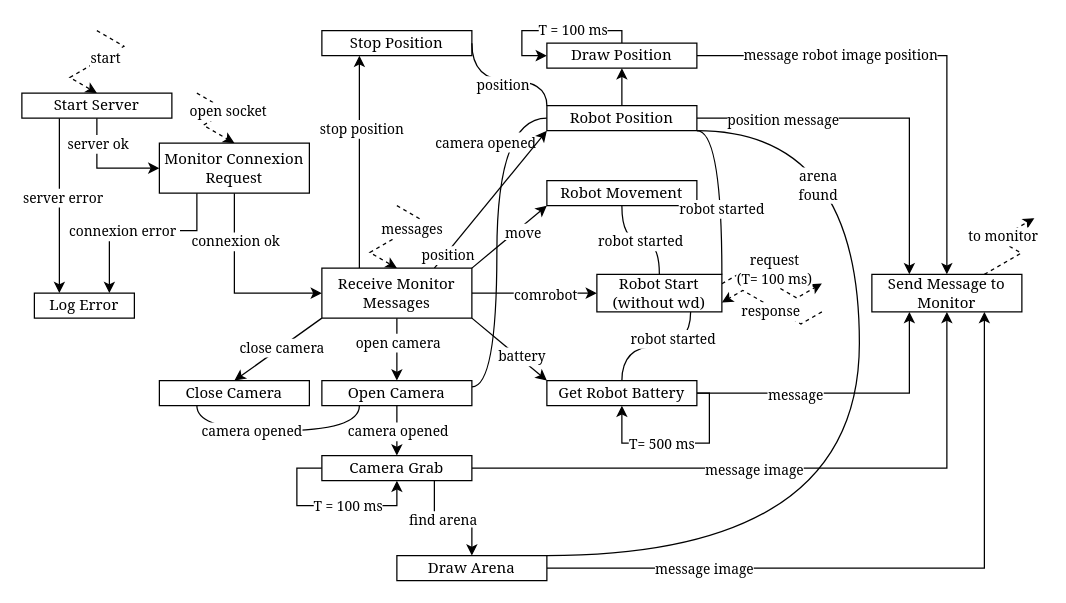
The draw.io diagram page "Page-3" (3 of 3) of Diagrama sem nome.drawio in Ruba008/BE_temps_reel, before the edit. Source tidied: cells renumbered, new cells numbered last; positions are measured from the earlier drawing's top-left corner, leaving out a move shared by most shapes. Both pictures are drawn from the tidied source at 125%, with x=0, y=0 at pixel (21, 30).
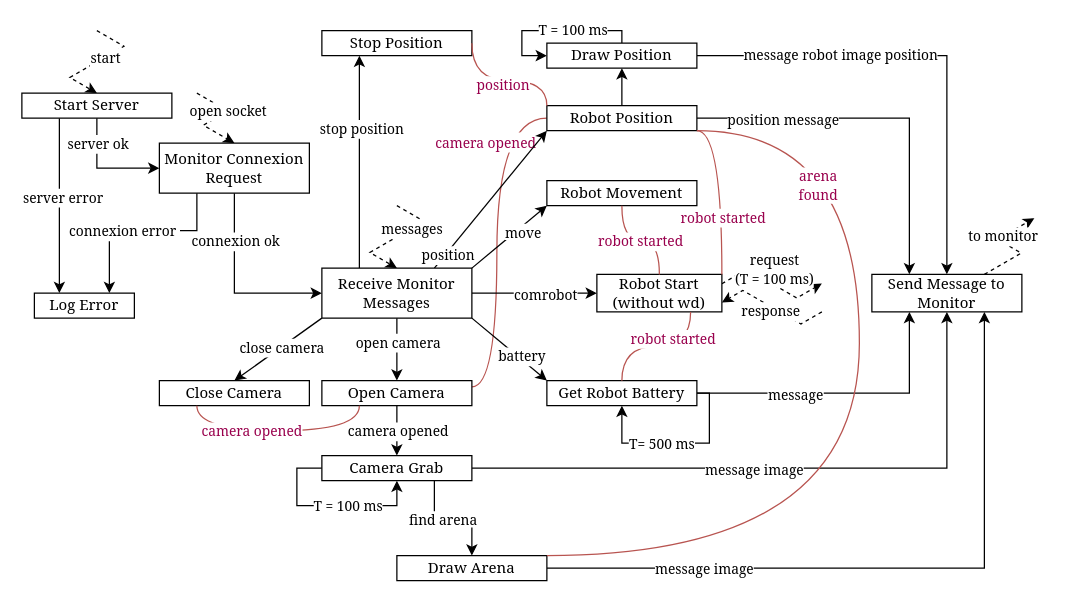
The same page after the edit.

Unchanged cells that the change refers to:
```xml
<mxCell id="38" value="&lt;font face=&quot;Georgia&quot;&gt;Open Camera&lt;/font&gt;" style="rounded=0;whiteSpace=wrap;html=1;" parent="1" vertex="1">
  <mxGeometry x="240" y="280" width="120" height="20" as="geometry" />
</mxCell>
<mxCell id="39" style="edgeStyle=isometricEdgeStyle;rounded=0;jettySize=auto;html=1;exitX=1;exitY=0.25;exitDx=0;exitDy=0;elbow=horizontal;dashed=1;" parent="1" edge="1" source="41">
  <mxGeometry relative="1" as="geometry">
    <mxPoint x="640" y="202.3" as="targetPoint" />
  </mxGeometry>
</mxCell>
<mxCell id="41" value="&lt;font face=&quot;Georgia&quot;&gt;Robot Start (without wd)&lt;/font&gt;" style="rounded=0;whiteSpace=wrap;html=1;" parent="1" vertex="1">
  <mxGeometry x="460" y="195" width="100" height="30" as="geometry" />
</mxCell>
<mxCell id="42" value="Robot Movement" style="rounded=0;whiteSpace=wrap;html=1;fontFamily=Georgia;" parent="1" vertex="1">
  <mxGeometry x="420" y="120" width="120" height="20" as="geometry" />
</mxCell>
<mxCell id="51" value="Get Robot Battery" style="rounded=0;whiteSpace=wrap;html=1;fontFamily=Georgia;" parent="1" vertex="1">
  <mxGeometry x="420" y="280" width="120" height="20" as="geometry" />
</mxCell>
<mxCell id="64" value="&lt;font face=&quot;Georgia&quot;&gt;Close Camera&lt;/font&gt;" style="rounded=0;whiteSpace=wrap;html=1;" parent="1" vertex="1">
  <mxGeometry x="110" y="280" width="120" height="20" as="geometry" />
</mxCell>
<mxCell id="70" value="Robot Position" style="rounded=0;whiteSpace=wrap;html=1;fontFamily=Georgia;" parent="1" vertex="1">
  <mxGeometry x="420" y="60" width="120" height="20" as="geometry" />
</mxCell>
<mxCell id="78" value="Stop Position" style="rounded=0;whiteSpace=wrap;html=1;fontFamily=Georgia;" parent="1" vertex="1">
  <mxGeometry x="240" width="120" height="20" as="geometry" />
</mxCell>
<mxCell id="83" value="&lt;font face=&quot;Georgia&quot;&gt;Draw Arena&lt;/font&gt;" style="rounded=0;whiteSpace=wrap;html=1;" parent="1" vertex="1">
  <mxGeometry x="300" y="420" width="120" height="20" as="geometry" />
</mxCell>
```

Diff of the diagram source:
```diff
@@
-    <mxCell id="2" style="endArrow=none;html=1;rounded=0;entryX=0;entryY=0.5;entryDx=0;entryDy=0;exitX=1;exitY=0.25;exitDx=0;exitDy=0;edgeStyle=orthogonalEdgeStyle;curved=1;" parent="1" edge="1" source="38" target="70">
+    <mxCell id="2" style="endArrow=none;html=1;rounded=0;entryX=0;entryY=0.5;entryDx=0;entryDy=0;exitX=1;exitY=0.25;exitDx=0;exitDy=0;edgeStyle=orthogonalEdgeStyle;curved=1;fillColor=#f8cecc;strokeColor=#b85450;" parent="1" edge="1" source="38" target="70">
       <mxGeometry relative="1" as="geometry">
         <Array as="points">
           <mxPoint x="380" y="285" />
           <mxPoint x="380" y="70" />
         </Array>
       </mxGeometry>
     </mxCell>
-    <mxCell id="3" value="&lt;font face=&quot;Georgia&quot;&gt;camera&amp;nbsp;&lt;/font&gt;&lt;span style=&quot;font-family: Georgia; background-color: light-dark(#ffffff, var(--ge-dark-color, #121212)); color: light-dark(rgb(0, 0, 0), rgb(255, 255, 255));&quot;&gt;opened&lt;/span&gt;" style="edgeLabel;html=1;align=center;verticalAlign=middle;" parent="2" vertex="1">
+    <mxCell id="3" value="&lt;font face=&quot;Georgia&quot;&gt;camera&amp;nbsp;&lt;/font&gt;&lt;span style=&quot;font-family: Georgia; background-color: light-dark(#ffffff, var(--ge-dark-color, #121212));&quot;&gt;opened&lt;/span&gt;" style="edgeLabel;html=1;align=center;verticalAlign=middle;fontColor=#99004D;" parent="2" vertex="1">
       <mxGeometry x="0.65" y="-9" relative="1" as="geometry">
         <mxPoint x="-19" y="11" as="offset" />
       </mxGeometry>
     </mxCell>
@@
-    <mxCell id="40" value="&lt;font face=&quot;Georgia&quot;&gt;request&lt;/font&gt;&lt;div&gt;&lt;font face=&quot;Georgia&quot;&gt;(T= 100 ms)&lt;/font&gt;&lt;/div&gt;" style="edgeLabel;html=1;align=center;verticalAlign=middle;" parent="39" vertex="1">
+    <mxCell id="40" value="&lt;font face=&quot;Georgia&quot;&gt;request&lt;/font&gt;&lt;div&gt;&lt;font face=&quot;Georgia&quot;&gt;(T = 100 ms)&lt;/font&gt;&lt;/div&gt;" style="edgeLabel;html=1;align=center;verticalAlign=middle;" parent="39" vertex="1">
       <mxGeometry x="-0.15" y="-1" relative="1" as="geometry">
         <mxPoint x="8" y="-9" as="offset" />
       </mxGeometry>
     </mxCell>
@@
-    <mxCell id="43" style="endArrow=none;html=1;rounded=0;entryX=0.5;entryY=1;entryDx=0;entryDy=0;exitX=0.5;exitY=0;exitDx=0;exitDy=0;edgeStyle=orthogonalEdgeStyle;curved=1;" parent="1" edge="1" source="41" target="42">
+    <mxCell id="43" style="endArrow=none;html=1;rounded=0;entryX=0.5;entryY=1;entryDx=0;entryDy=0;exitX=0.5;exitY=0;exitDx=0;exitDy=0;edgeStyle=orthogonalEdgeStyle;curved=1;fillColor=#f8cecc;strokeColor=#b85450;" parent="1" edge="1" source="41" target="42">
       <mxGeometry relative="1" as="geometry" />
     </mxCell>
-    <mxCell id="44" value="&lt;font face=&quot;Georgia&quot;&gt;robot started&lt;/font&gt;" style="edgeLabel;html=1;align=center;verticalAlign=middle;" parent="43" vertex="1">
+    <mxCell id="44" value="&lt;font face=&quot;Georgia&quot;&gt;robot started&lt;/font&gt;" style="edgeLabel;html=1;align=center;verticalAlign=middle;fontColor=#99004D;" parent="43" vertex="1">
       <mxGeometry x="0.02" y="1" relative="1" as="geometry" />
     </mxCell>
@@
-    <mxCell id="52" style="endArrow=none;html=1;rounded=0;entryX=0.75;entryY=1;entryDx=0;entryDy=0;exitX=0.5;exitY=0;exitDx=0;exitDy=0;edgeStyle=orthogonalEdgeStyle;curved=1;" parent="1" edge="1" source="51" target="41">
+    <mxCell id="52" style="endArrow=none;html=1;rounded=0;entryX=0.75;entryY=1;entryDx=0;entryDy=0;exitX=0.5;exitY=0;exitDx=0;exitDy=0;edgeStyle=orthogonalEdgeStyle;curved=1;fillColor=#f8cecc;strokeColor=#b85450;" parent="1" edge="1" source="51" target="41">
       <mxGeometry relative="1" as="geometry" />
     </mxCell>
-    <mxCell id="53" value="&lt;font face=&quot;Georgia&quot;&gt;robot started&lt;/font&gt;" style="edgeLabel;html=1;align=center;verticalAlign=middle;" parent="52" vertex="1">
+    <mxCell id="53" value="&lt;font face=&quot;Georgia&quot;&gt;robot started&lt;/font&gt;" style="edgeLabel;html=1;align=center;verticalAlign=middle;fontColor=#99004D;" parent="52" vertex="1">
       <mxGeometry x="0.24" y="6" relative="1" as="geometry" />
     </mxCell>
@@
-    <mxCell id="65" style="endArrow=none;html=1;rounded=0;entryX=0.25;entryY=1;entryDx=0;entryDy=0;exitX=0.25;exitY=1;exitDx=0;exitDy=0;edgeStyle=orthogonalEdgeStyle;curved=1;" parent="1" edge="1" source="64" target="38">
+    <mxCell id="65" style="endArrow=none;html=1;rounded=0;entryX=0.25;entryY=1;entryDx=0;entryDy=0;exitX=0.25;exitY=1;exitDx=0;exitDy=0;edgeStyle=orthogonalEdgeStyle;curved=1;fillColor=#f8cecc;strokeColor=#b85450;" parent="1" edge="1" source="64" target="38">
       <mxGeometry relative="1" as="geometry">
         <Array as="points">
           <mxPoint x="140" y="320" />
           <mxPoint x="270" y="320" />
         </Array>
       </mxGeometry>
     </mxCell>
-    <mxCell id="66" value="&lt;font face=&quot;Georgia&quot;&gt;camera opened&lt;/font&gt;" style="edgeLabel;html=1;align=center;verticalAlign=middle;" parent="65" vertex="1">
+    <mxCell id="66" value="&lt;font face=&quot;Georgia&quot;&gt;camera opened&lt;/font&gt;" style="edgeLabel;html=1;align=center;verticalAlign=middle;fontColor=#99004D;" parent="65" vertex="1">
       <mxGeometry x="-0.26" relative="1" as="geometry" />
     </mxCell>
@@
-    <mxCell id="71" style="endArrow=none;html=1;rounded=0;entryX=1;entryY=1;entryDx=0;entryDy=0;exitX=1;exitY=0;exitDx=0;exitDy=0;edgeStyle=orthogonalEdgeStyle;curved=1;" parent="1" edge="1" source="41" target="70">
+    <mxCell id="71" style="endArrow=none;html=1;rounded=0;entryX=1;entryY=1;entryDx=0;entryDy=0;exitX=1;exitY=0;exitDx=0;exitDy=0;edgeStyle=orthogonalEdgeStyle;curved=1;fillColor=#f8cecc;strokeColor=#b85450;" parent="1" edge="1" source="41" target="70">
       <mxGeometry relative="1" as="geometry">
         <Array as="points">
           <mxPoint x="560" y="195" />
           <mxPoint x="560" y="80" />
         </Array>
       </mxGeometry>
     </mxCell>
-    <mxCell id="72" value="&lt;font face=&quot;Georgia&quot;&gt;robot started&lt;/font&gt;" style="edgeLabel;html=1;align=center;verticalAlign=middle;" parent="71" vertex="1">
-      <mxGeometry x="-0.22" y="1" relative="1" as="geometry" />
+    <mxCell id="72" value="&lt;font face=&quot;Georgia&quot;&gt;robot started&lt;/font&gt;" style="edgeLabel;html=1;align=center;verticalAlign=middle;fontColor=#99004D;" parent="71" vertex="1">
+      <mxGeometry x="-0.22" y="1" relative="1" as="geometry">
+        <mxPoint x="1" y="7" as="offset" />
+      </mxGeometry>
     </mxCell>
@@
-    <mxCell id="79" style="endArrow=none;html=1;rounded=0;entryX=0;entryY=0;entryDx=0;entryDy=0;exitX=1;exitY=0.5;exitDx=0;exitDy=0;edgeStyle=orthogonalEdgeStyle;curved=1;" parent="1" edge="1" source="78" target="70">
+    <mxCell id="79" style="endArrow=none;html=1;rounded=0;entryX=0;entryY=0;entryDx=0;entryDy=0;exitX=1;exitY=0.5;exitDx=0;exitDy=0;edgeStyle=orthogonalEdgeStyle;curved=1;fillColor=#f8cecc;strokeColor=#b85450;" parent="1" edge="1" source="78" target="70">
       <mxGeometry relative="1" as="geometry">
         <Array as="points">
           <mxPoint x="420" y="40" />
         </Array>
       </mxGeometry>
     </mxCell>
-    <mxCell id="80" value="&lt;font face=&quot;Georgia&quot;&gt;position&lt;/font&gt;" style="edgeLabel;html=1;align=center;verticalAlign=middle;" parent="79" vertex="1">
+    <mxCell id="80" value="&lt;font face=&quot;Georgia&quot;&gt;position&lt;/font&gt;" style="edgeLabel;html=1;align=center;verticalAlign=middle;fontColor=#99004D;" parent="79" vertex="1">
       <mxGeometry x="-0.01" y="-3" relative="1" as="geometry" />
     </mxCell>
@@
-    <mxCell id="84" style="endArrow=none;html=1;rounded=0;entryX=1;entryY=1;entryDx=0;entryDy=0;exitX=1;exitY=0;exitDx=0;exitDy=0;edgeStyle=orthogonalEdgeStyle;curved=1;" parent="1" edge="1" source="83" target="70">
+    <mxCell id="84" style="endArrow=none;html=1;rounded=0;entryX=1;entryY=1;entryDx=0;entryDy=0;exitX=1;exitY=0;exitDx=0;exitDy=0;edgeStyle=orthogonalEdgeStyle;curved=1;strokeColor=#b85450;fillColor=#f8cecc;" parent="1" edge="1" source="83" target="70">
       <mxGeometry relative="1" as="geometry">
         <Array as="points">
           <mxPoint x="670" y="420" />
           <mxPoint x="670" y="80" />
         </Array>
       </mxGeometry>
     </mxCell>
-    <mxCell id="85" value="&lt;font face=&quot;Georgia&quot;&gt;arena&lt;/font&gt;&lt;div&gt;&lt;font face=&quot;Georgia&quot;&gt;found&lt;/font&gt;&lt;/div&gt;" style="edgeLabel;html=1;align=center;verticalAlign=middle;" parent="84" vertex="1">
+    <mxCell id="85" value="&lt;font face=&quot;Georgia&quot;&gt;arena&lt;/font&gt;&lt;div&gt;&lt;font face=&quot;Georgia&quot;&gt;found&lt;/font&gt;&lt;/div&gt;" style="edgeLabel;html=1;align=center;verticalAlign=middle;fontColor=#99004D;" parent="84" vertex="1">
       <mxGeometry x="0.52" y="34" relative="1" as="geometry" />
     </mxCell>
```
